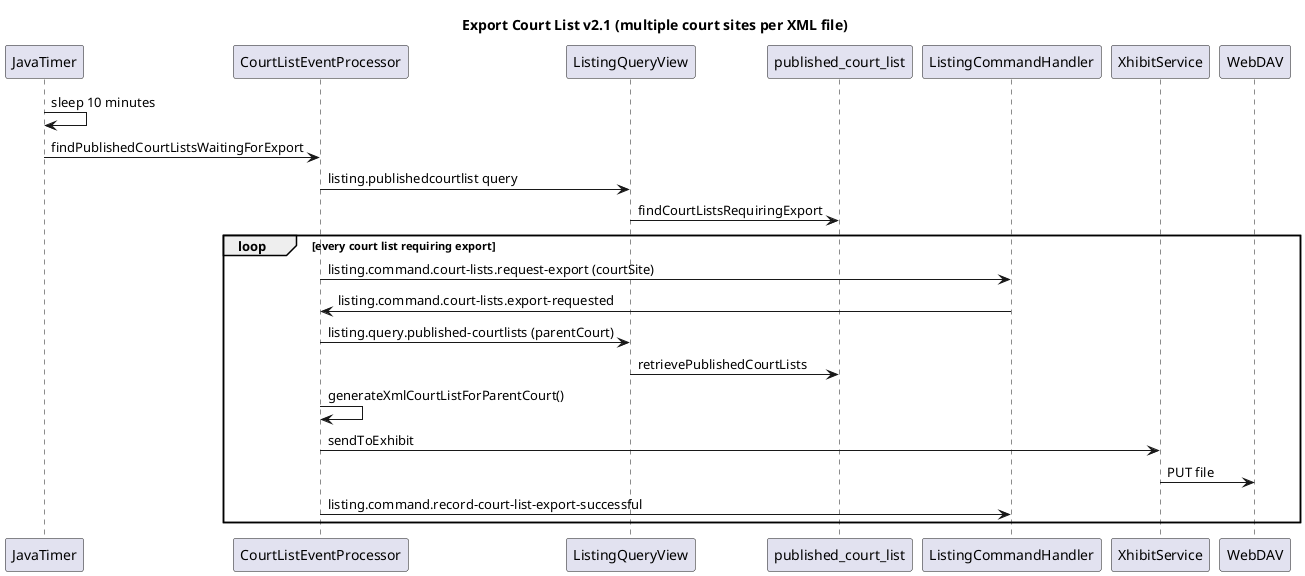
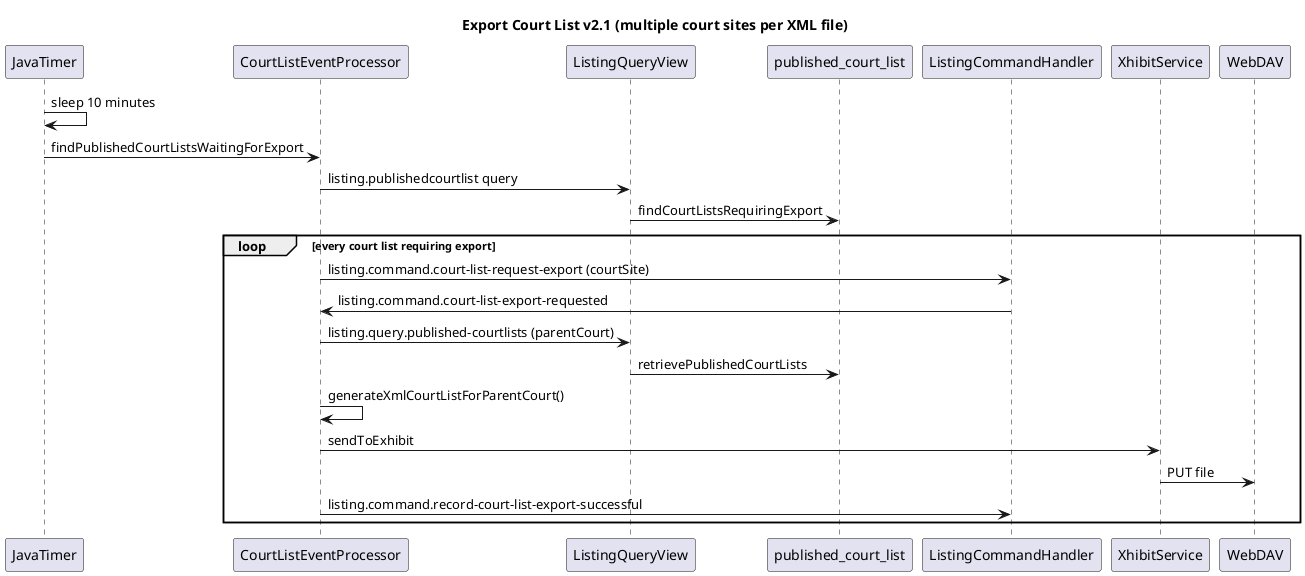
@startuml
title Export Court List v2.1 (multiple court sites per XML file)

' Change Log

' v2
' * Publishing Court Lists now saves the list to the 'published_court_list' table
' * XML files contain Court Lists for all Court Sites for the Parent Court
' * XML files are generated from Published Court Lists
' * The COURT_LIST_PRODUCED state is removed
' * The fileservice is removed

' Diagram changes
' * Status updates have been removed for clarity

' v2.1
' * Export is triggered by a scheduler to remove the race condition

JavaTimer -> JavaTimer: sleep 10 minutes

' Export
JavaTimer->CourtListEventProcessor: findPublishedCourtListsWaitingForExport
CourtListEventProcessor -> ListingQueryView: listing.publishedcourtlist query
ListingQueryView-> published_court_list: findCourtListsRequiringExport

loop every court list requiring export
- CourtListEventProcessor -> ListingCommandHandler: listing.command.court-lists.request-export (courtSite)
- ListingCommandHandler -> CourtListEventProcessor: listing.command.court-lists.export-requested
+ CourtListEventProcessor -> ListingCommandHandler: listing.command.court-list-request-export (courtSite)
+ ListingCommandHandler -> CourtListEventProcessor: listing.command.court-list-export-requested

' XML generation
CourtListEventProcessor -> ListingQueryView: listing.query.published-courtlists (parentCourt)

ListingQueryView -> published_court_list: retrievePublishedCourtLists

CourtListEventProcessor -> CourtListEventProcessor: generateXmlCourtListForParentCourt()

CourtListEventProcessor -> XhibitService: sendToExhibit

XhibitService -> WebDAV: PUT file
CourtListEventProcessor -> ListingCommandHandler :listing.command.record-court-list-export-successful
end
@enduml
